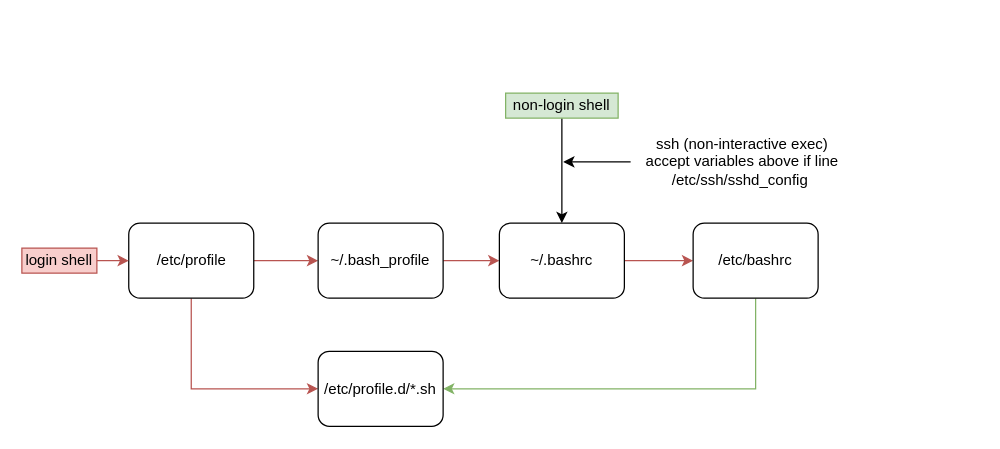
Before: Linux configuration.drawio in Albert-W/Draw_io, a draw.io diagram. Source tidied: cells renumbered, new cells numbered last; positions are measured from the earlier drawing's top-left corner, leaving out a move shared by most shapes. Both pictures are drawn from the tidied source at 125%, with x=0, y=0 at pixel (21, 92).
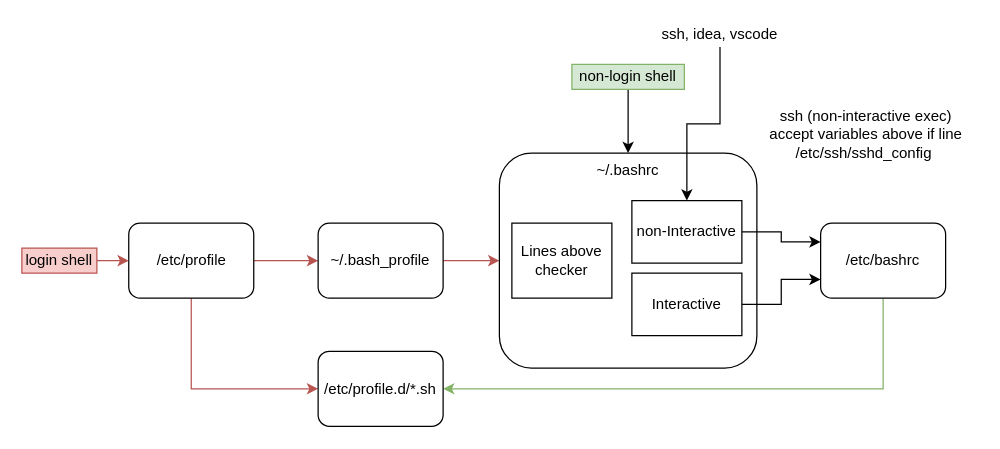
The same diagram, later.

Diff of the diagram source:
```diff
@@
-    <mxCell id="7" style="edgeStyle=orthogonalEdgeStyle;rounded=0;jettySize=auto;html=1;fillColor=#f8cecc;strokeColor=#b85450;" parent="1" edge="1" source="8" target="10">
-      <mxGeometry relative="1" as="geometry" />
-    </mxCell>
-    <mxCell id="8" value="~/.bashrc" style="rounded=1;whiteSpace=wrap;html=1;" parent="1" vertex="1">
-      <mxGeometry x="382" y="104" width="100" height="60" as="geometry" />
+    <mxCell id="8" value="~/.bashrc&lt;br&gt;" style="rounded=1;whiteSpace=wrap;html=1;verticalAlign=top;" parent="1" vertex="1">
+      <mxGeometry x="382" y="48" width="206" height="172" as="geometry" />
     </mxCell>
@@
     <mxCell id="10" value="/etc/bashrc" style="rounded=1;whiteSpace=wrap;html=1;" parent="1" vertex="1">
-      <mxGeometry x="537" y="104" width="100" height="60" as="geometry" />
+      <mxGeometry x="639" y="104" width="100" height="60" as="geometry" />
     </mxCell>
@@
     <mxCell id="14" value="non-login shell" style="text;html=1;strokeColor=#82b366;fillColor=#d5e8d4;align=center;verticalAlign=middle;whiteSpace=wrap;rounded=0;" parent="1" vertex="1">
-      <mxGeometry x="387" width="90" height="20" as="geometry" />
+      <mxGeometry x="440" y="-23" width="90" height="20" as="geometry" />
     </mxCell>
@@
-    <mxCell id="16" style="edgeStyle=orthogonalEdgeStyle;rounded=0;jettySize=auto;html=1;exitX=0;exitY=0.5;exitDx=0;exitDy=0;" parent="1" edge="1" source="17">
-      <mxGeometry relative="1" as="geometry">
-        <mxPoint x="433.1" y="55" as="targetPoint" />
-      </mxGeometry>
-    </mxCell>
     <mxCell id="17" value="ssh (non-interactive exec)&lt;br&gt;accept variables above if line&lt;br&gt;/etc/ssh/sshd_config&amp;nbsp;" style="text;html=1;strokeColor=none;fillColor=none;align=center;verticalAlign=middle;whiteSpace=wrap;rounded=0;" parent="1" vertex="1">
-      <mxGeometry x="487" y="45" width="179" height="20" as="geometry" />
+      <mxGeometry x="586" y="23" width="179" height="20" as="geometry" />
     </mxCell>
+    <mxCell id="18" style="edgeStyle=orthogonalEdgeStyle;rounded=0;jettySize=auto;html=1;exitX=1;exitY=0.5;exitDx=0;exitDy=0;entryX=0;entryY=0.25;entryDx=0;entryDy=0;startArrow=none;startFill=0;endArrow=classic;endFill=1;" parent="1" edge="1" source="19" target="10">
+      <mxGeometry relative="1" as="geometry" />
+    </mxCell>
+    <mxCell id="19" value="non-Interactive" style="rounded=0;whiteSpace=wrap;html=1;" parent="1" vertex="1">
+      <mxGeometry x="488" y="86" width="88" height="50" as="geometry" />
+    </mxCell>
+    <mxCell id="20" style="edgeStyle=orthogonalEdgeStyle;rounded=0;jettySize=auto;html=1;exitX=1;exitY=0.5;exitDx=0;exitDy=0;entryX=0;entryY=0.75;entryDx=0;entryDy=0;startArrow=none;startFill=0;endArrow=classic;endFill=1;" parent="1" edge="1" source="21" target="10">
+      <mxGeometry relative="1" as="geometry" />
+    </mxCell>
+    <mxCell id="21" value="Interactive" style="rounded=0;whiteSpace=wrap;html=1;" parent="1" vertex="1">
+      <mxGeometry x="488" y="144" width="88" height="50" as="geometry" />
+    </mxCell>
+    <mxCell id="22" style="edgeStyle=orthogonalEdgeStyle;rounded=0;jettySize=auto;html=1;exitX=0.5;exitY=1;exitDx=0;exitDy=0;startArrow=none;startFill=0;endArrow=classic;endFill=1;" parent="1" edge="1" source="23" target="19">
+      <mxGeometry relative="1" as="geometry" />
+    </mxCell>
+    <mxCell id="23" value="ssh, idea, vscode" style="text;html=1;strokeColor=none;fillColor=none;align=center;verticalAlign=middle;whiteSpace=wrap;rounded=0;" parent="1" vertex="1">
+      <mxGeometry x="504" y="-57" width="109" height="20" as="geometry" />
+    </mxCell>
+    <mxCell id="24" value="Lines above&lt;br&gt;checker" style="rounded=0;whiteSpace=wrap;html=1;" parent="1" vertex="1">
+      <mxGeometry x="392" y="104" width="80" height="60" as="geometry" />
+    </mxCell>
```
